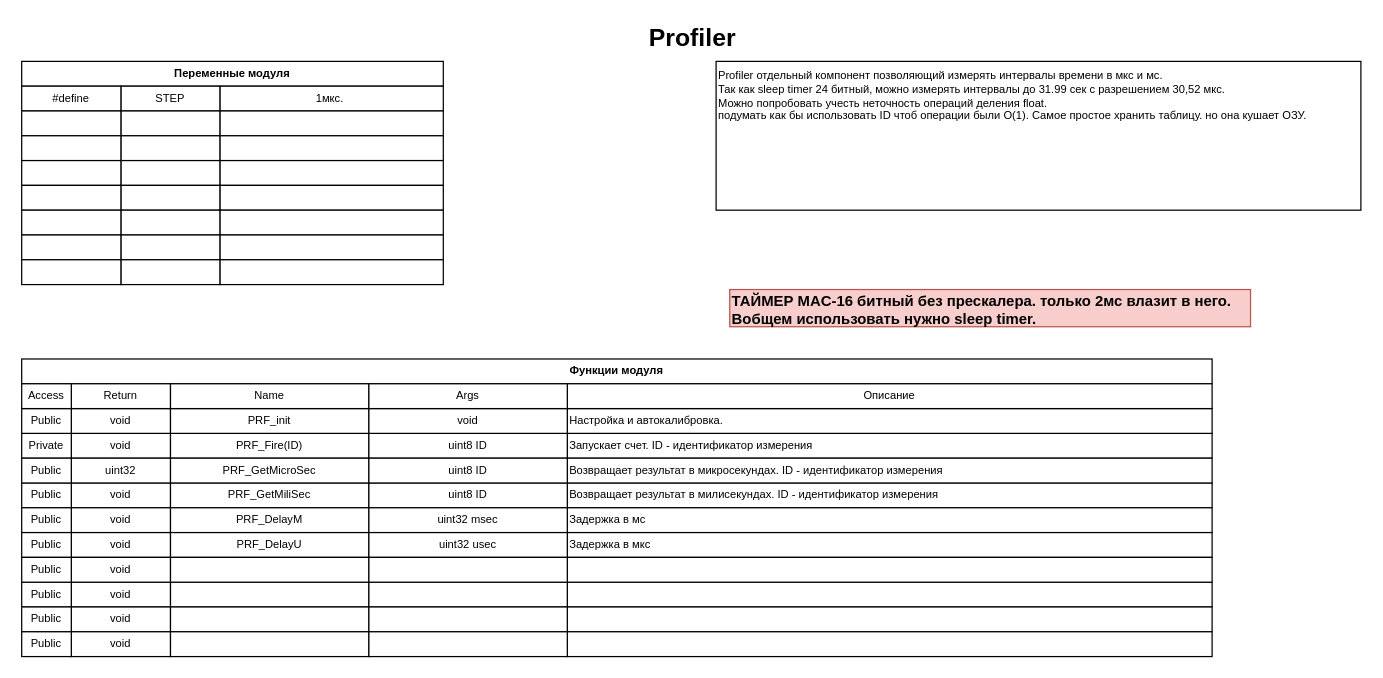
This is page "PROFILER" (1 of 11) of documentation/programm modules/modulse struct.drawio from saurex83/WMNU, a draw.io file, before an edit. Source tidied: cells renumbered, new cells numbered last; positions are measured from the earlier drawing's top-left corner, leaving out a move shared by most shapes. Both pictures are drawn from the tidied source at 124%, with x=0, y=0 at pixel (21, 24).
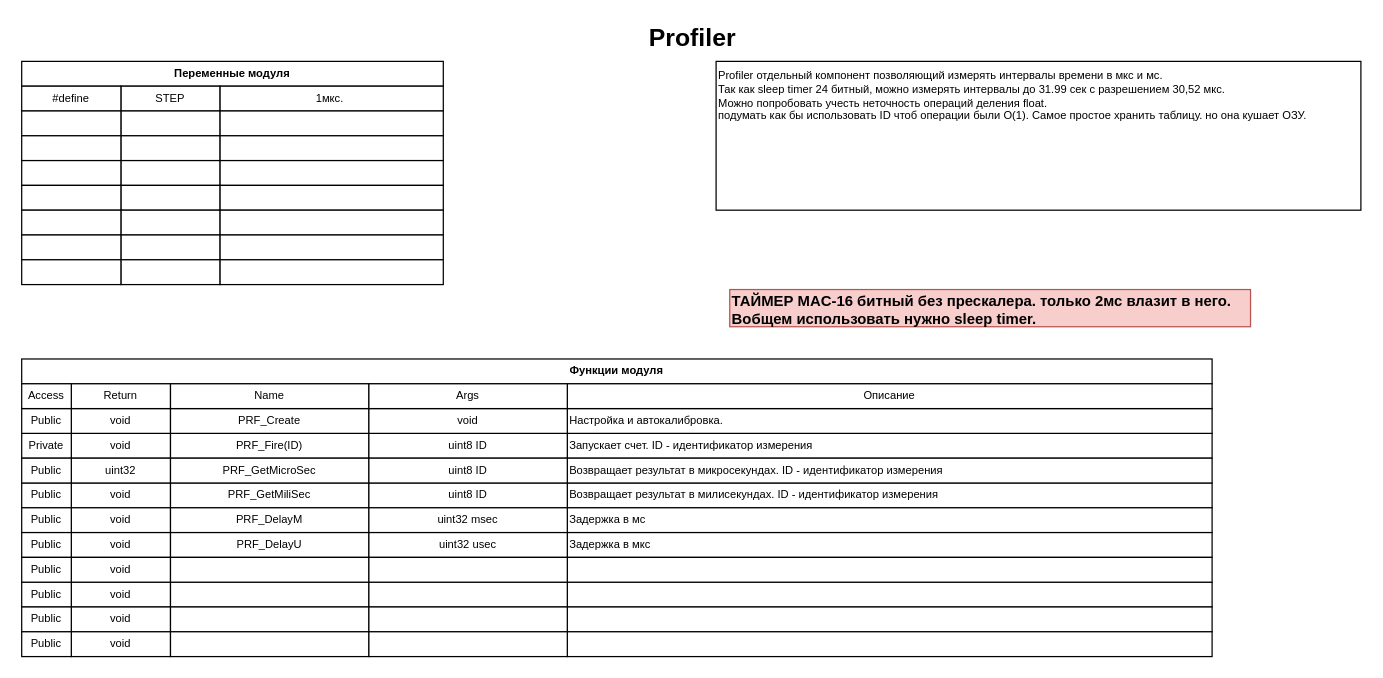
Above is the later version.

Unchanged cells that the change refers to:
```xml
<mxCell id="22" style="group;" parent="1" vertex="1">
  <mxGeometry y="310" width="960" height="20" as="geometry" />
</mxCell>
```

What changed in the source:
```diff
@@
-    <mxCell id="24" value="PRF_init" style="rounded=0;whiteSpace=wrap;html=1;fontSize=9;" parent="22" vertex="1">
+    <mxCell id="24" value="PRF_Create" style="rounded=0;whiteSpace=wrap;html=1;fontSize=9;" parent="22" vertex="1">
       <mxGeometry x="120" width="160" height="20" as="geometry" />
     </mxCell>
```
